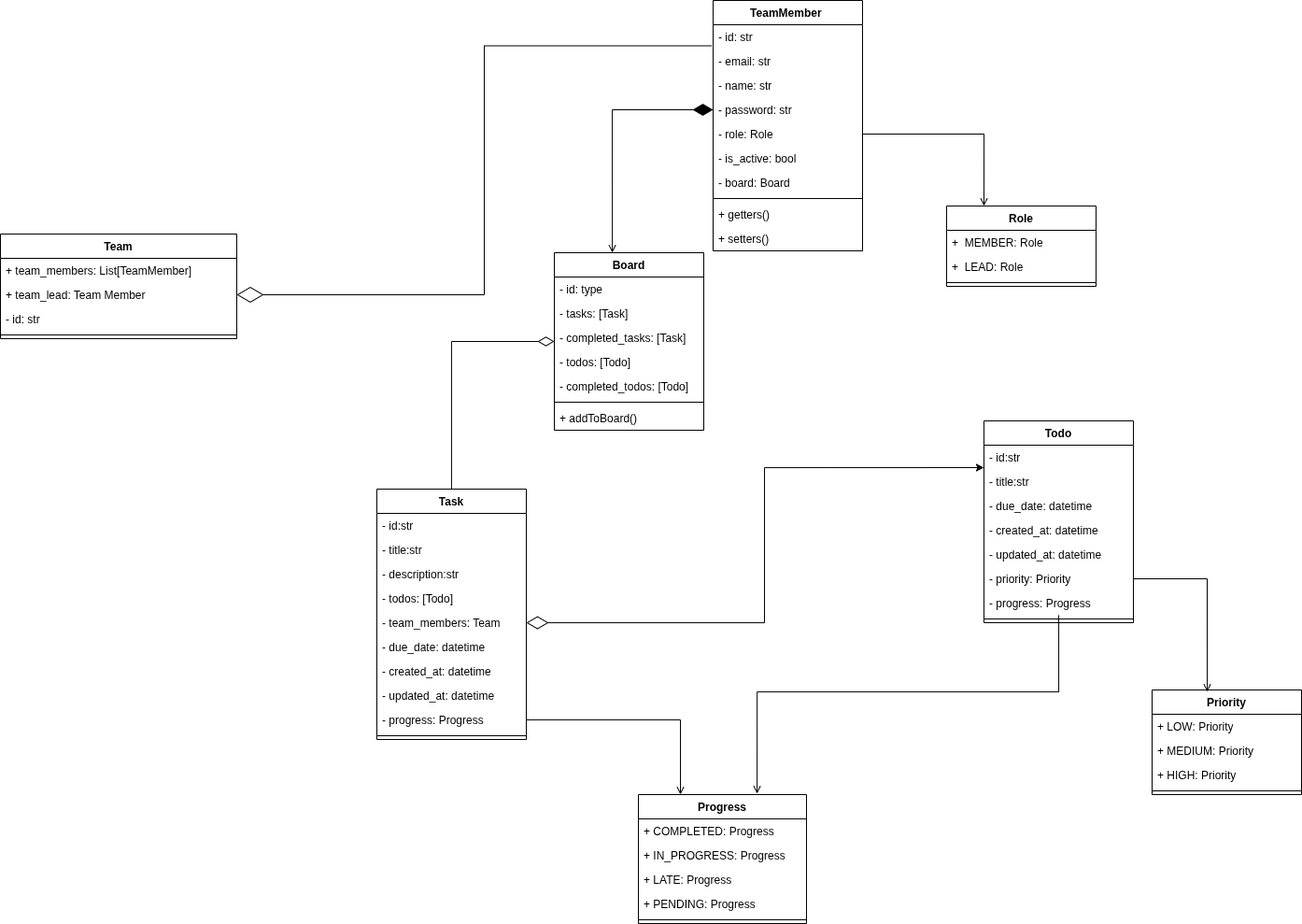
Earlier version of the draw.io export diagrams/Team_task_board_uml.png (BobotheFiend/Team-Task-Board---Mini-Trello). Source tidied: cells renumbered, new cells last; positions are measured from the earlier drawing's top-left corner, leaving out a move shared by most shapes.
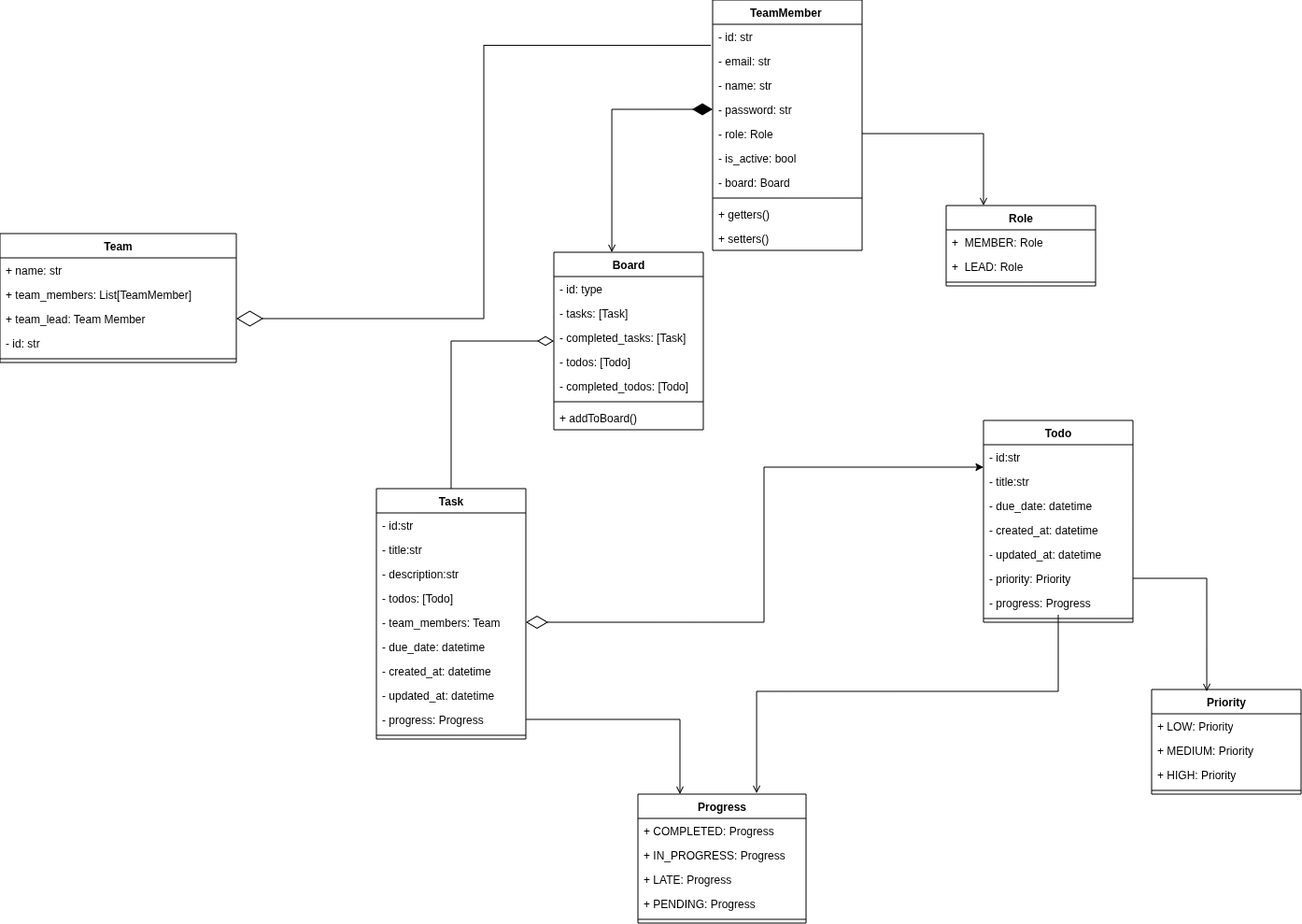
Later version of the same file.

Diff of the diagram source:
```diff
@@ -191,19 +191,22 @@
       <mxGeometry relative="1" as="geometry" />
     </mxCell>
     <mxCell id="63" value="Team" style="swimlane;fontStyle=1;align=center;verticalAlign=top;horizontal=1;startSize=26;whiteSpace=wrap;html=1;" parent="1" vertex="1">
-      <mxGeometry y="250" width="253" height="112" as="geometry" />
+      <mxGeometry y="250" width="253" height="138" as="geometry" />
     </mxCell>
+    <mxCell id="69" value="+ name: str" style="text;strokeColor=none;fillColor=none;align=left;verticalAlign=top;spacingLeft=4;spacingRight=4;overflow=hidden;whiteSpace=wrap;html=1;" parent="63" vertex="1">
+      <mxGeometry y="26" width="253" height="26" as="geometry" />
+    </mxCell>
     <mxCell id="64" value="+ team_members: List[TeamMember]" style="text;strokeColor=none;fillColor=none;align=left;verticalAlign=top;spacingLeft=4;spacingRight=4;overflow=hidden;whiteSpace=wrap;html=1;" parent="63" vertex="1">
-      <mxGeometry y="26" width="253" height="26" as="geometry" />
+      <mxGeometry y="52" width="253" height="26" as="geometry" />
     </mxCell>
     <mxCell id="65" value="+ team_lead: Team Member" style="text;strokeColor=none;fillColor=none;align=left;verticalAlign=top;spacingLeft=4;spacingRight=4;overflow=hidden;points=[[0,0.5],[1,0.5]];portConstraint=eastwest;whiteSpace=wrap;html=1;" parent="63" vertex="1">
-      <mxGeometry y="52" width="253" height="26" as="geometry" />
+      <mxGeometry y="78" width="253" height="26" as="geometry" />
     </mxCell>
     <mxCell id="66" value="- id: str" style="text;strokeColor=none;fillColor=none;align=left;verticalAlign=top;spacingLeft=4;spacingRight=4;overflow=hidden;whiteSpace=wrap;html=1;" parent="63" vertex="1">
-      <mxGeometry y="78" width="253" height="26" as="geometry" />
+      <mxGeometry y="104" width="253" height="26" as="geometry" />
     </mxCell>
     <mxCell id="67" style="line;strokeWidth=1;fillColor=none;align=left;verticalAlign=middle;spacingTop=-1;spacingLeft=3;spacingRight=3;labelPosition=right;strokeColor=inherit;" parent="63" vertex="1">
-      <mxGeometry y="104" width="253" height="8" as="geometry" />
+      <mxGeometry y="130" width="253" height="8" as="geometry" />
     </mxCell>
     <mxCell id="68" style="edgeStyle=orthogonalEdgeStyle;rounded=0;jettySize=auto;html=1;entryX=-0.012;entryY=-0.133;entryDx=0;entryDy=0;entryPerimeter=0;startArrow=diamondThin;startFill=0;endSize=13;startSize=26;endArrow=none;endFill=0;" parent="1" edge="1" source="65" target="4">
       <mxGeometry relative="1" as="geometry" />
```
